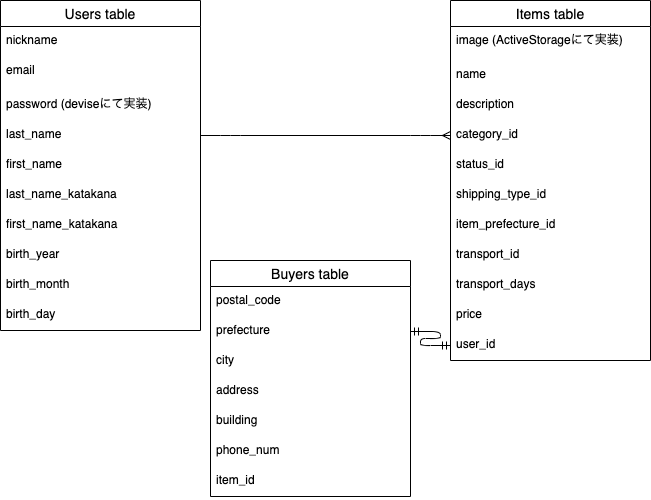
Above: furima_er.drawio.png in Danke1732/furima-31709 (draw.io), before the change. Source tidied: cells renumbered, new cells last; positions are measured from the earlier drawing's top-left corner, leaving out a move shared by most shapes.
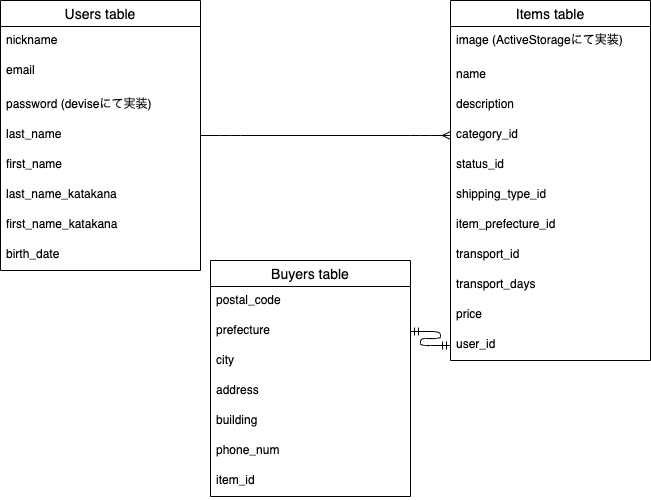
The same file after the commit.

Commit message:
usersテーブル誕生日の修正

The edit, as a diff of the source:
```diff
@@ -3,7 +3,7 @@
     <mxCell id="0" />
     <mxCell id="1" parent="0" />
     <mxCell id="2" value="Users table" style="swimlane;fontStyle=0;horizontal=1;startSize=26;align=center;fontSize=14;" parent="1" vertex="1">
-      <mxGeometry width="200" height="330" as="geometry" />
+      <mxGeometry width="200" height="270" as="geometry" />
     </mxCell>
     <mxCell id="3" value="nickname" style="text;strokeColor=none;fillColor=none;spacingLeft=4;spacingRight=4;overflow=hidden;fontSize=12;" parent="2" vertex="1">
       <mxGeometry y="26" width="200" height="30" as="geometry" />
@@ -26,15 +26,9 @@
     <mxCell id="9" value="first_name_katakana" style="text;strokeColor=none;fillColor=none;spacingLeft=4;spacingRight=4;overflow=hidden;fontSize=12;" parent="2" vertex="1">
       <mxGeometry y="210" width="200" height="30" as="geometry" />
     </mxCell>
-    <mxCell id="10" value="birth_year" style="text;strokeColor=none;fillColor=none;spacingLeft=4;spacingRight=4;overflow=hidden;fontSize=12;" parent="2" vertex="1">
+    <mxCell id="10" value="birth_date" style="text;strokeColor=none;fillColor=none;spacingLeft=4;spacingRight=4;overflow=hidden;fontSize=12;" parent="2" vertex="1">
       <mxGeometry y="240" width="200" height="30" as="geometry" />
     </mxCell>
-    <mxCell id="11" value="birth_month" style="text;strokeColor=none;fillColor=none;spacingLeft=4;spacingRight=4;overflow=hidden;fontSize=12;" parent="2" vertex="1">
-      <mxGeometry y="270" width="200" height="30" as="geometry" />
-    </mxCell>
-    <mxCell id="12" value="birth_day" style="text;strokeColor=none;fillColor=none;spacingLeft=4;spacingRight=4;overflow=hidden;fontSize=12;" parent="2" vertex="1">
-      <mxGeometry y="300" width="200" height="30" as="geometry" />
-    </mxCell>
     <mxCell id="13" value="Items table" style="swimlane;fontStyle=0;horizontal=1;startSize=26;align=center;fontSize=14;" parent="1" vertex="1">
       <mxGeometry x="450" width="200" height="360" as="geometry" />
     </mxCell>
```
